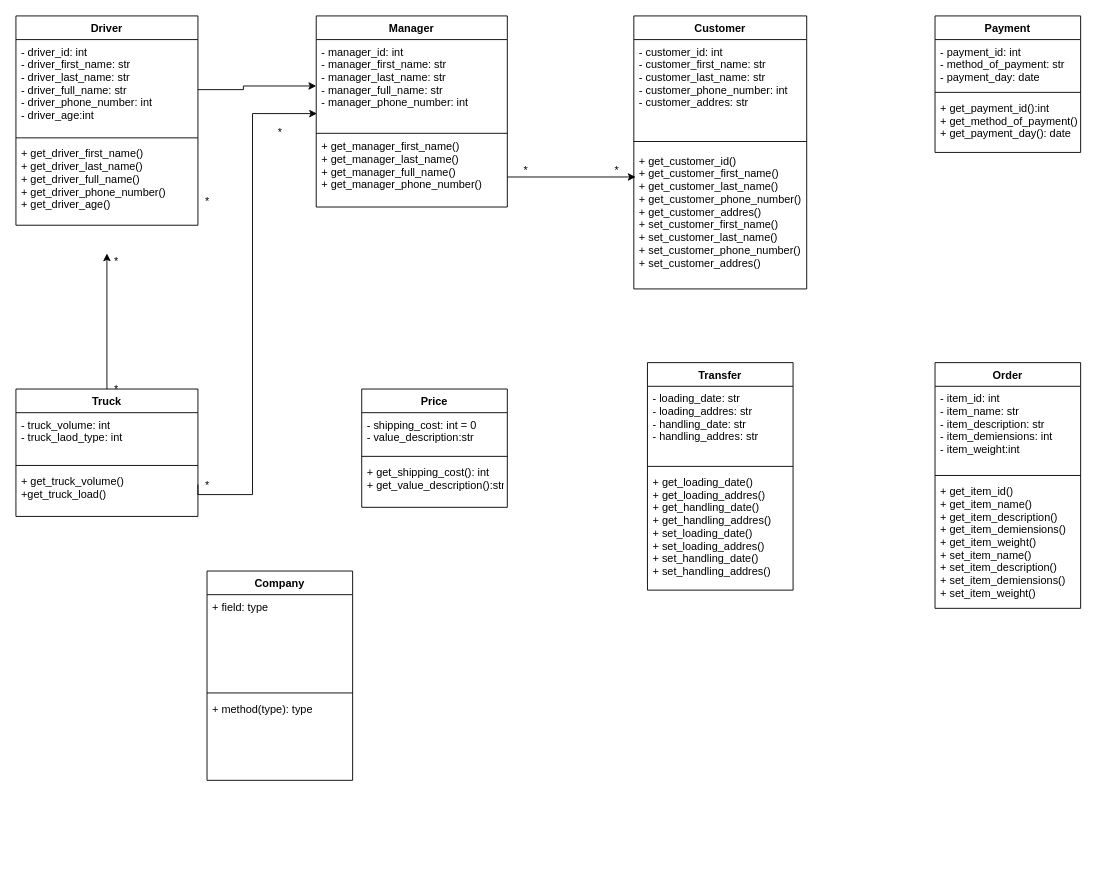
Before: page "Page-1" (1 of 2) of Untitled Diagram.drawio in Argam431/PYTHON3-2, a draw.io diagram. Source tidied: cells renumbered, new cells numbered last; positions are measured from the earlier drawing's top-left corner, leaving out a move shared by most shapes. Both pictures are drawn from the tidied source at 91%, with x=0, y=0 at pixel (15, 15).
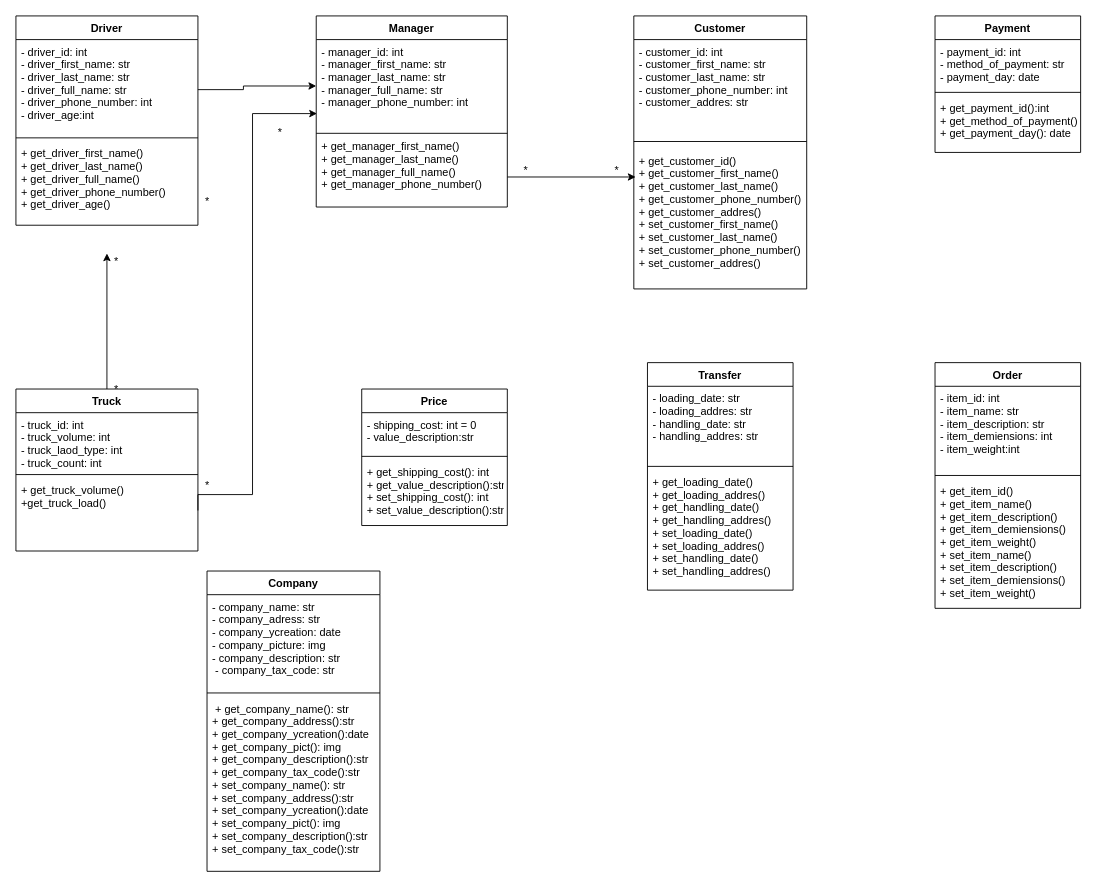
The same diagram, later.

Diff of the diagram source:
```diff
@@
     <mxCell id="21" value="Truck" style="swimlane;fontStyle=1;align=center;verticalAlign=top;horizontal=1;startSize=26;" parent="1" vertex="1">
-      <mxGeometry y="410" width="200" height="140" as="geometry" />
+      <mxGeometry y="410" width="200" height="178" as="geometry" />
     </mxCell>
-    <mxCell id="22" value="- truck_volume: int&#10;- truck_laod_type: int" style="text;strokeColor=none;fillColor=none;align=left;verticalAlign=top;spacingLeft=4;spacingRight=4;overflow=hidden;" parent="21" vertex="1">
-      <mxGeometry y="26" width="200" height="54" as="geometry" />
+    <mxCell id="22" value="- truck_id: int&#10;- truck_volume: int&#10;- truck_laod_type: int&#10;- truck_count: int" style="text;strokeColor=none;fillColor=none;align=left;verticalAlign=top;spacingLeft=4;spacingRight=4;overflow=hidden;" parent="21" vertex="1">
+      <mxGeometry y="26" width="200" height="64" as="geometry" />
     </mxCell>
     <mxCell id="23" style="line;strokeWidth=1;fillColor=none;align=left;verticalAlign=middle;spacingTop=-1;spacingLeft=3;spacingRight=3;labelPosition=right;" parent="21" vertex="1">
-      <mxGeometry y="80" width="200" height="8" as="geometry" />
+      <mxGeometry y="90" width="200" height="8" as="geometry" />
     </mxCell>
     <mxCell id="24" value="+ get_truck_volume()&#10;+get_truck_load()" style="text;strokeColor=none;fillColor=none;align=left;verticalAlign=top;spacingLeft=4;spacingRight=4;overflow=hidden;" parent="21" vertex="1">
-      <mxGeometry y="88" width="200" height="52" as="geometry" />
+      <mxGeometry y="98" width="200" height="80" as="geometry" />
     </mxCell>
@@
     <mxCell id="41" value="Price" style="swimlane;fontStyle=1;align=center;verticalAlign=top;horizontal=1;startSize=26;" parent="1" vertex="1">
-      <mxGeometry x="380" y="410" width="160" height="130" as="geometry" />
+      <mxGeometry x="380" y="410" width="160" height="150" as="geometry" />
     </mxCell>
@@
-    <mxCell id="44" value="+ get_shipping_cost(): int&#10;+ get_value_description():str" style="text;strokeColor=none;fillColor=none;align=left;verticalAlign=top;spacingLeft=4;spacingRight=4;overflow=hidden;" parent="41" vertex="1">
-      <mxGeometry y="78" width="160" height="52" as="geometry" />
+    <mxCell id="44" value="+ get_shipping_cost(): int&#10;+ get_value_description():str&#10;+ set_shipping_cost(): int&#10;+ set_value_description():str" style="text;strokeColor=none;fillColor=none;align=left;verticalAlign=top;spacingLeft=4;spacingRight=4;overflow=hidden;" parent="41" vertex="1">
+      <mxGeometry y="78" width="160" height="72" as="geometry" />
     </mxCell>
     <mxCell id="45" value="Company" style="swimlane;fontStyle=1;align=center;verticalAlign=top;horizontal=1;startSize=26;" parent="1" vertex="1">
-      <mxGeometry x="210" y="610" width="160" height="230" as="geometry" />
+      <mxGeometry x="210" y="610" width="190" height="330" as="geometry" />
     </mxCell>
-    <mxCell id="46" value="+ field: type" style="text;strokeColor=none;fillColor=none;align=left;verticalAlign=top;spacingLeft=4;spacingRight=4;overflow=hidden;" parent="45" vertex="1">
-      <mxGeometry y="26" width="160" height="104" as="geometry" />
+    <mxCell id="46" value="- company_name: str&#10;- company_adress: str&#10;- company_ycreation: date&#10;- company_picture: img&#10;- company_description: str&#10; - company_tax_code: str&#10;&#10;&#10;" style="text;strokeColor=none;fillColor=none;align=left;verticalAlign=top;spacingLeft=4;spacingRight=4;overflow=hidden;" parent="45" vertex="1">
+      <mxGeometry y="26" width="190" height="104" as="geometry" />
     </mxCell>
     <mxCell id="47" style="line;strokeWidth=1;fillColor=none;align=left;verticalAlign=middle;spacingTop=-1;spacingLeft=3;spacingRight=3;labelPosition=right;" parent="45" vertex="1">
-      <mxGeometry y="130" width="160" height="8" as="geometry" />
+      <mxGeometry y="130" width="190" height="8" as="geometry" />
     </mxCell>
-    <mxCell id="48" value="+ method(type): type" style="text;strokeColor=none;fillColor=none;align=left;verticalAlign=top;spacingLeft=4;spacingRight=4;overflow=hidden;" parent="45" vertex="1">
-      <mxGeometry y="138" width="160" height="92" as="geometry" />
+    <mxCell id="48" value=" + get_company_name(): str&#10;+ get_company_address():str&#10;+ get_company_ycreation():date&#10;+ get_company_pict(): img&#10;+ get_company_description():str&#10;+ get_company_tax_code():str&#10;+ set_company_name(): str&#10;+ set_company_address():str&#10;+ set_company_ycreation():date&#10;+ set_company_pict(): img&#10;+ set_company_description():str&#10;+ set_company_tax_code():str&#10;&#10;&#10;&#10;" style="text;strokeColor=none;fillColor=none;align=left;verticalAlign=top;spacingLeft=4;spacingRight=4;overflow=hidden;" parent="45" vertex="1">
+      <mxGeometry y="138" width="190" height="192" as="geometry" />
     </mxCell>
```
